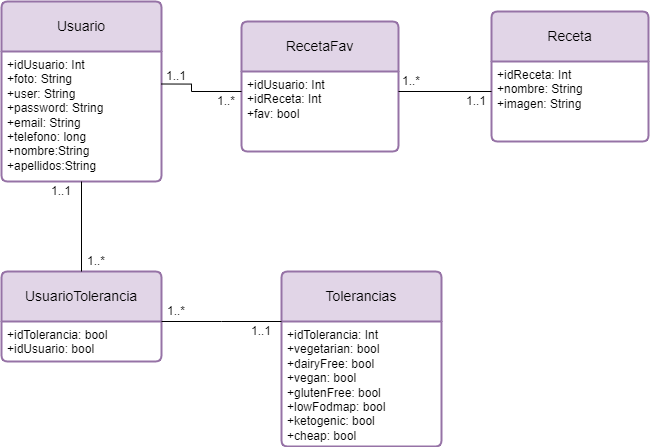
The draw.io diagram BD_WeekMeal/EntidadRelacion_WeekMeal.png in ualdra/weekmeal, before a commit. Source tidied: cells renumbered, new cells last; positions are measured from the earlier drawing's top-left corner, leaving out a move shared by most shapes.
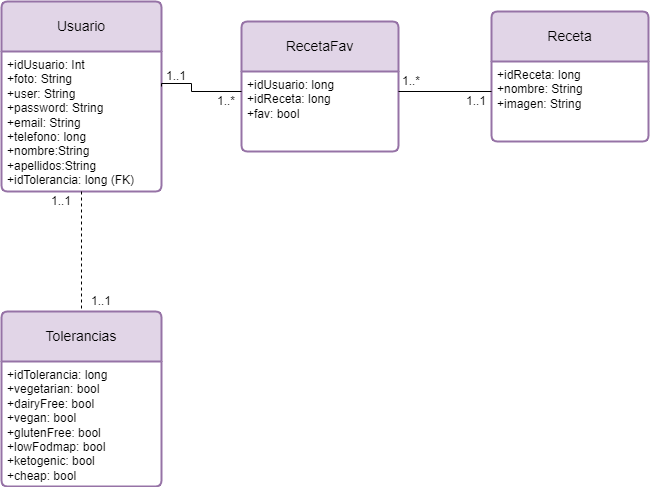
The same diagram one commit later.

What changed in the source:
```diff
@@ -3,46 +3,29 @@
     <mxCell id="0" />
     <mxCell id="1" parent="0" />
     <mxCell id="2" value="Usuario" style="swimlane;horizontal=1;startSize=50;rounded=1;fontSize=14;fontStyle=0;strokeWidth=2;shadow=0;dashed=0;align=center;arcSize=4;whiteSpace=wrap;html=1;fillColor=#e1d5e7;strokeColor=#9673a6;" parent="1" vertex="1">
-      <mxGeometry width="160" height="180" as="geometry" />
+      <mxGeometry width="160" height="190" as="geometry" />
     </mxCell>
-    <mxCell id="3" value="&lt;div&gt;+idUsuario: Int&lt;/div&gt;&lt;div&gt;+foto: String&lt;/div&gt;+user: String&lt;span style=&quot;white-space: pre;&quot;&gt;&#9;&lt;/span&gt;&lt;span style=&quot;white-space: pre;&quot;&gt;&#9;&lt;/span&gt;&lt;span style=&quot;white-space: pre;&quot;&gt;&#9;&lt;/span&gt;&lt;br&gt;+password: String&lt;br&gt;+email: String&lt;div&gt;+telefono: long&lt;/div&gt;&lt;div&gt;+nombre:&lt;span style=&quot;background-color: initial;&quot;&gt;String&lt;/span&gt;&lt;/div&gt;&lt;div&gt;+apellidos:&lt;span style=&quot;background-color: initial;&quot;&gt;String&lt;/span&gt;&lt;/div&gt;" style="align=left;strokeColor=none;fillColor=none;spacingLeft=4;fontSize=12;verticalAlign=top;html=1;" parent="2" vertex="1">
-      <mxGeometry y="50" width="160" height="130" as="geometry" />
+    <mxCell id="3" value="&lt;div&gt;+idUsuario: Int&lt;/div&gt;&lt;div&gt;+foto: String&lt;/div&gt;+user: String&lt;span style=&quot;white-space: pre;&quot;&gt;&#9;&lt;/span&gt;&lt;span style=&quot;white-space: pre;&quot;&gt;&#9;&lt;/span&gt;&lt;span style=&quot;white-space: pre;&quot;&gt;&#9;&lt;/span&gt;&lt;br&gt;+password: String&lt;br&gt;+email: String&lt;div&gt;+telefono: long&lt;/div&gt;&lt;div&gt;+nombre:&lt;span style=&quot;background-color: initial;&quot;&gt;String&lt;/span&gt;&lt;/div&gt;&lt;div&gt;+apellidos:&lt;span style=&quot;background-color: initial;&quot;&gt;String&lt;/span&gt;&lt;/div&gt;&lt;div&gt;&lt;span style=&quot;background-color: initial;&quot;&gt;+idTolerancia: long (FK)&lt;/span&gt;&lt;/div&gt;" style="align=left;strokeColor=none;fillColor=none;spacingLeft=4;fontSize=12;verticalAlign=top;html=1;" parent="2" vertex="1">
+      <mxGeometry y="50" width="160" height="140" as="geometry" />
     </mxCell>
     <mxCell id="4" value="Receta" style="swimlane;horizontal=1;startSize=50;rounded=1;fontSize=14;fontStyle=0;strokeWidth=2;shadow=0;dashed=0;align=center;arcSize=4;whiteSpace=wrap;html=1;fillColor=#e1d5e7;strokeColor=#9673a6;" parent="1" vertex="1">
       <mxGeometry x="490" y="10" width="157" height="130" as="geometry" />
     </mxCell>
-    <mxCell id="5" value="+idReceta: Int&lt;br&gt;+nombre: String&lt;span style=&quot;white-space: pre;&quot;&gt;&#9;&lt;/span&gt;&lt;span style=&quot;white-space: pre;&quot;&gt;&#9;&lt;/span&gt;&lt;span style=&quot;white-space: pre;&quot;&gt;&#9;&lt;/span&gt;&lt;br&gt;+imagen: String" style="align=left;strokeColor=none;fillColor=none;spacingLeft=4;fontSize=12;verticalAlign=top;html=1;" parent="4" vertex="1">
+    <mxCell id="5" value="+idReceta: long&lt;br&gt;+nombre: String&lt;span style=&quot;white-space: pre;&quot;&gt;&#9;&lt;/span&gt;&lt;span style=&quot;white-space: pre;&quot;&gt;&#9;&lt;/span&gt;&lt;span style=&quot;white-space: pre;&quot;&gt;&#9;&lt;/span&gt;&lt;br&gt;+imagen: String" style="align=left;strokeColor=none;fillColor=none;spacingLeft=4;fontSize=12;verticalAlign=top;html=1;" parent="4" vertex="1">
       <mxGeometry y="50" width="157" height="80" as="geometry" />
     </mxCell>
     <mxCell id="6" value="RecetaFav" style="swimlane;horizontal=1;startSize=50;rounded=1;fontSize=14;fontStyle=0;strokeWidth=2;shadow=0;dashed=0;align=center;arcSize=4;whiteSpace=wrap;html=1;fillColor=#e1d5e7;strokeColor=#9673a6;" parent="1" vertex="1">
       <mxGeometry x="240" y="20" width="157" height="130" as="geometry" />
     </mxCell>
-    <mxCell id="7" value="+idUsuario: Int&lt;div&gt;+idReceta: Int&lt;/div&gt;&lt;div&gt;+fav: bool&lt;/div&gt;" style="align=left;strokeColor=none;fillColor=none;spacingLeft=4;fontSize=12;verticalAlign=top;html=1;" parent="6" vertex="1">
+    <mxCell id="7" value="+idUsuario: long&lt;div&gt;+idReceta: long&lt;/div&gt;&lt;div&gt;+fav: bool&lt;/div&gt;" style="align=left;strokeColor=none;fillColor=none;spacingLeft=4;fontSize=12;verticalAlign=top;html=1;" parent="6" vertex="1">
       <mxGeometry y="50" width="157" height="80" as="geometry" />
     </mxCell>
     <mxCell id="8" value="Tolerancias" style="swimlane;horizontal=1;startSize=50;rounded=1;fontSize=14;fontStyle=0;strokeWidth=2;shadow=0;dashed=0;align=center;arcSize=4;whiteSpace=wrap;html=1;fillColor=#e1d5e7;strokeColor=#9673a6;" parent="1" vertex="1">
-      <mxGeometry x="280" y="270" width="160" height="175" as="geometry" />
+      <mxGeometry y="310" width="160" height="175" as="geometry" />
     </mxCell>
-    <mxCell id="9" value="&lt;div&gt;+idTolerancia: Int&lt;/div&gt;+vegetarian: bool&lt;br&gt;+dairyFree: bool&lt;br&gt;+vegan: bool&lt;div&gt;+glutenFree: bool&lt;/div&gt;&lt;div&gt;+lowFodmap: bool&lt;/div&gt;&lt;div&gt;+ketogenic: bool&lt;/div&gt;&lt;div&gt;+cheap: bool&lt;/div&gt;" style="align=left;strokeColor=none;fillColor=none;spacingLeft=4;fontSize=12;verticalAlign=top;html=1;" parent="8" vertex="1">
+    <mxCell id="9" value="&lt;div&gt;+idTolerancia: long&lt;/div&gt;+vegetarian: bool&lt;br&gt;+dairyFree: bool&lt;br&gt;+vegan: bool&lt;div&gt;+glutenFree: bool&lt;/div&gt;&lt;div&gt;+lowFodmap: bool&lt;/div&gt;&lt;div&gt;+ketogenic: bool&lt;/div&gt;&lt;div&gt;+cheap: bool&lt;/div&gt;" style="align=left;strokeColor=none;fillColor=none;spacingLeft=4;fontSize=12;verticalAlign=top;html=1;" parent="8" vertex="1">
       <mxGeometry y="50" width="160" height="125" as="geometry" />
     </mxCell>
-    <mxCell id="10" value="UsuarioTolerancia" style="swimlane;horizontal=1;startSize=50;rounded=1;fontSize=14;fontStyle=0;strokeWidth=2;shadow=0;dashed=0;align=center;arcSize=4;whiteSpace=wrap;html=1;fillColor=#e1d5e7;strokeColor=#9673a6;" parent="1" vertex="1">
-      <mxGeometry y="270" width="160" height="90" as="geometry" />
-    </mxCell>
-    <mxCell id="11" value="+idTolerancia: bool&lt;div&gt;+idUsuario: bool&lt;/div&gt;" style="align=left;strokeColor=none;fillColor=none;spacingLeft=4;fontSize=12;verticalAlign=top;html=1;" parent="10" vertex="1">
-      <mxGeometry y="50" width="160" height="40" as="geometry" />
-    </mxCell>
-    <mxCell id="12" style="edgeStyle=orthogonalEdgeStyle;rounded=0;jettySize=auto;html=1;exitX=0.5;exitY=1;exitDx=0;exitDy=0;entryX=0.5;entryY=0;entryDx=0;entryDy=0;endArrow=none;endFill=0;" parent="1" edge="1" source="3" target="10">
-      <mxGeometry relative="1" as="geometry" />
-    </mxCell>
-    <mxCell id="13" style="edgeStyle=orthogonalEdgeStyle;rounded=0;jettySize=auto;html=1;exitX=1;exitY=0;exitDx=0;exitDy=0;entryX=0;entryY=0;entryDx=0;entryDy=0;endArrow=none;endFill=0;" parent="1" edge="1" source="11" target="9">
-      <mxGeometry relative="1" as="geometry">
-        <Array as="points">
-          <mxPoint x="220" y="320" />
-          <mxPoint x="220" y="320" />
-        </Array>
-      </mxGeometry>
-    </mxCell>
     <mxCell id="14" style="edgeStyle=orthogonalEdgeStyle;rounded=0;jettySize=auto;html=1;exitX=1;exitY=0.25;exitDx=0;exitDy=0;entryX=0;entryY=0.25;entryDx=0;entryDy=0;endArrow=none;endFill=0;" parent="1" edge="1" source="3" target="7">
       <mxGeometry relative="1" as="geometry">
         <Array as="points">
@@ -54,12 +37,6 @@
     <mxCell id="15" style="edgeStyle=orthogonalEdgeStyle;rounded=0;jettySize=auto;html=1;exitX=1;exitY=0.25;exitDx=0;exitDy=0;entryX=0;entryY=0.375;entryDx=0;entryDy=0;entryPerimeter=0;endArrow=none;endFill=0;" parent="1" edge="1" source="7" target="5">
       <mxGeometry relative="1" as="geometry" />
     </mxCell>
-    <mxCell id="16" value="1..*" style="text;html=1;align=center;verticalAlign=middle;whiteSpace=wrap;rounded=0;" parent="1" vertex="1">
-      <mxGeometry x="155" y="300" width="40" height="20" as="geometry" />
-    </mxCell>
-    <mxCell id="17" value="1..*" style="text;html=1;align=center;verticalAlign=middle;whiteSpace=wrap;rounded=0;" parent="1" vertex="1">
-      <mxGeometry x="70" y="250" width="50" height="20" as="geometry" />
-    </mxCell>
     <mxCell id="18" value="1..*" style="text;html=1;align=center;verticalAlign=middle;whiteSpace=wrap;rounded=0;" parent="1" vertex="1">
       <mxGeometry x="210" y="90" width="30" height="20" as="geometry" />
     </mxCell>
@@ -67,10 +44,10 @@
       <mxGeometry x="390" y="70" width="40" height="20" as="geometry" />
     </mxCell>
     <mxCell id="20" value="1..1" style="text;html=1;align=center;verticalAlign=middle;whiteSpace=wrap;rounded=0;" parent="1" vertex="1">
-      <mxGeometry x="240" y="320" width="40" height="20" as="geometry" />
+      <mxGeometry x="40" y="190" width="40" height="20" as="geometry" />
     </mxCell>
     <mxCell id="21" value="1..1" style="text;html=1;align=center;verticalAlign=middle;whiteSpace=wrap;rounded=0;" parent="1" vertex="1">
-      <mxGeometry x="30" y="175" width="60" height="30" as="geometry" />
+      <mxGeometry x="70" y="290" width="60" height="20" as="geometry" />
     </mxCell>
     <mxCell id="22" value="1..1" style="text;html=1;align=center;verticalAlign=middle;whiteSpace=wrap;rounded=0;" parent="1" vertex="1">
       <mxGeometry x="150" y="60" width="50" height="30" as="geometry" />
@@ -78,5 +55,8 @@
     <mxCell id="23" value="1..1" style="text;html=1;align=center;verticalAlign=middle;whiteSpace=wrap;rounded=0;" parent="1" vertex="1">
       <mxGeometry x="450" y="90" width="50" height="20" as="geometry" />
     </mxCell>
+    <mxCell id="24" style="edgeStyle=orthogonalEdgeStyle;rounded=0;jettySize=auto;html=1;exitX=0.5;exitY=1;exitDx=0;exitDy=0;entryX=0.5;entryY=0;entryDx=0;entryDy=0;endArrow=none;endFill=0;dashed=1;" parent="1" edge="1" source="3" target="8">
+      <mxGeometry relative="1" as="geometry" />
+    </mxCell>
   </root>
 </mxGraphModel>
```
